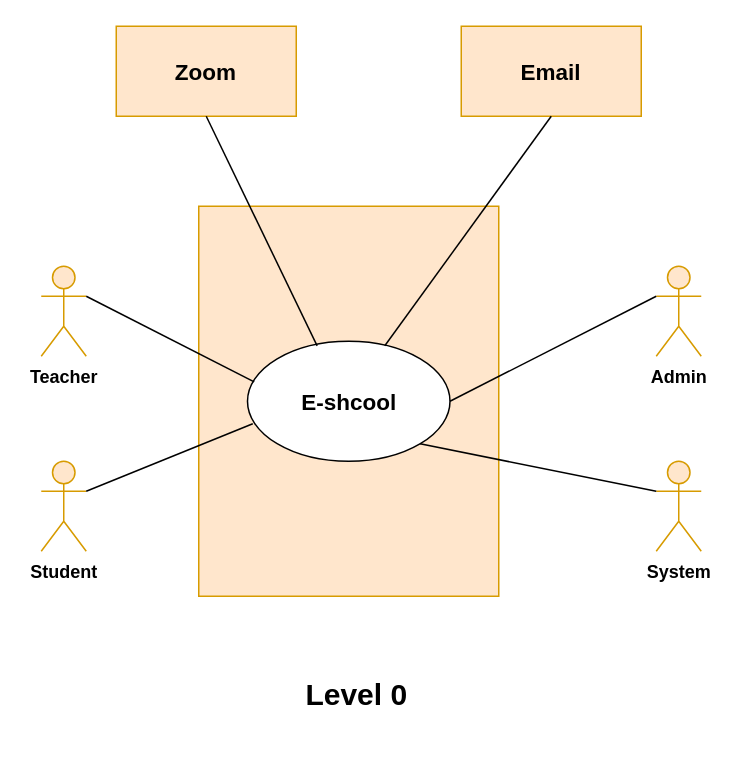
shirrsho/E-shcool keeps this draw.io diagram as page "UC lvl 0" (1 of 21) of Diagrams.drawio. Above is the earlier version. Source tidied: cells renumbered, new cells numbered last; positions are measured from the earlier drawing's top-left corner, leaving out a move shared by most shapes. Both pictures are drawn from the tidied source at 150%, with x=0, y=0 at pixel (40, 26).
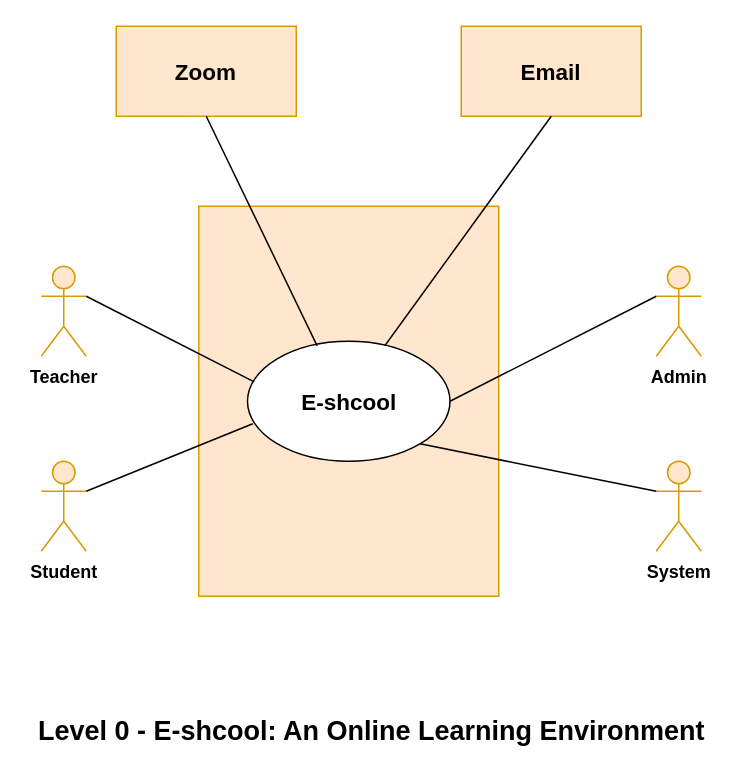
Above is the later version.

Change to the diagram source:
```diff
@@
 <mxGraphModel>
   <root>
     <mxCell id="0" />
     <mxCell id="1" parent="0" />
     <mxCell id="2" style="rounded=0;whiteSpace=wrap;html=1;fillColor=#ffe6cc;strokeColor=#d79b00;" parent="1" vertex="1">
       <mxGeometry x="105" y="120" width="200" height="260" as="geometry" />
     </mxCell>
     <mxCell id="3" value="&lt;font style=&quot;font-size: 15px&quot;&gt;&lt;b&gt;E-shcool&lt;/b&gt;&lt;/font&gt;" style="ellipse;whiteSpace=wrap;html=1;" parent="1" vertex="1">
       <mxGeometry x="137.5" y="210" width="135" height="80" as="geometry" />
     </mxCell>
     <mxCell id="4" value="&lt;b&gt;Admin&lt;/b&gt;" style="shape=umlActor;verticalLabelPosition=bottom;verticalAlign=top;html=1;outlineConnect=0;fillColor=#ffe6cc;strokeColor=#d79b00;" parent="1" vertex="1">
       <mxGeometry x="410" y="160" width="30" height="60" as="geometry" />
     </mxCell>
     <mxCell id="5" value="&lt;b&gt;Teacher&lt;/b&gt;" style="shape=umlActor;verticalLabelPosition=bottom;verticalAlign=top;html=1;outlineConnect=0;fillColor=#ffe6cc;strokeColor=#d79b00;" parent="1" vertex="1">
       <mxGeometry y="160" width="30" height="60" as="geometry" />
     </mxCell>
     <mxCell id="6" value="&lt;b&gt;Student&lt;/b&gt;" style="shape=umlActor;verticalLabelPosition=bottom;verticalAlign=top;html=1;outlineConnect=0;fillColor=#ffe6cc;strokeColor=#d79b00;" parent="1" vertex="1">
       <mxGeometry y="290" width="30" height="60" as="geometry" />
     </mxCell>
     <mxCell id="7" value="&lt;b&gt;&lt;font style=&quot;font-size: 15px&quot;&gt;Email&lt;/font&gt;&lt;/b&gt;" style="rounded=0;whiteSpace=wrap;html=1;fillColor=#ffe6cc;strokeColor=#d79b00;" parent="1" vertex="1">
       <mxGeometry x="280" width="120" height="60" as="geometry" />
     </mxCell>
     <mxCell id="8" value="&lt;b&gt;&lt;font style=&quot;font-size: 15px&quot;&gt;Zoom&lt;/font&gt;&lt;/b&gt;" style="rounded=0;whiteSpace=wrap;html=1;fillColor=#ffe6cc;strokeColor=#d79b00;" parent="1" vertex="1">
       <mxGeometry x="50" width="120" height="60" as="geometry" />
     </mxCell>
     <mxCell id="9" style="endArrow=none;html=1;rounded=0;fontSize=15;exitX=1;exitY=0.3333333333333333;exitDx=0;exitDy=0;exitPerimeter=0;entryX=0.033;entryY=0.338;entryDx=0;entryDy=0;entryPerimeter=0;" parent="1" edge="1" source="5" target="3">
       <mxGeometry relative="1" as="geometry" />
     </mxCell>
     <mxCell id="10" style="endArrow=none;html=1;rounded=0;fontSize=15;exitX=1;exitY=0.3333333333333333;exitDx=0;exitDy=0;exitPerimeter=0;entryX=0.026;entryY=0.688;entryDx=0;entryDy=0;entryPerimeter=0;" parent="1" edge="1" source="6" target="3">
       <mxGeometry relative="1" as="geometry" />
     </mxCell>
     <mxCell id="11" style="endArrow=none;html=1;rounded=0;fontSize=15;entryX=0;entryY=0.3333333333333333;entryDx=0;entryDy=0;entryPerimeter=0;exitX=1;exitY=0.5;exitDx=0;exitDy=0;" parent="1" edge="1" source="3" target="4">
       <mxGeometry relative="1" as="geometry" />
     </mxCell>
     <mxCell id="12" style="endArrow=none;html=1;rounded=0;fontSize=15;entryX=0.5;entryY=1;entryDx=0;entryDy=0;exitX=0.344;exitY=0.038;exitDx=0;exitDy=0;exitPerimeter=0;" parent="1" edge="1" source="3" target="8">
       <mxGeometry relative="1" as="geometry" />
     </mxCell>
     <mxCell id="13" style="endArrow=none;html=1;rounded=0;fontSize=15;entryX=0.5;entryY=1;entryDx=0;entryDy=0;exitX=0.678;exitY=0.038;exitDx=0;exitDy=0;exitPerimeter=0;" parent="1" edge="1" source="3" target="7">
       <mxGeometry relative="1" as="geometry" />
     </mxCell>
-    <mxCell id="14" value="&lt;b&gt;&lt;font style=&quot;font-size: 20px&quot;&gt;Level 0&lt;/font&gt;&lt;/b&gt;" style="text;html=1;align=center;verticalAlign=middle;strokeColor=none;fillColor=none;fontSize=15;" parent="1" vertex="1">
-      <mxGeometry x="170" y="430" width="80" height="30" as="geometry" />
+    <mxCell id="14" value="&lt;b&gt;&lt;font style=&quot;font-size: 18px&quot;&gt;Level 0 - E-shcool: An Online Learning Environment&lt;/font&gt;&lt;/b&gt;" style="text;html=1;align=center;verticalAlign=middle;strokeColor=none;fillColor=none;fontSize=15;" parent="1" vertex="1">
+      <mxGeometry x="-10" y="460" width="460" height="20" as="geometry" />
     </mxCell>
     <mxCell id="15" value="&lt;b&gt;System&lt;/b&gt;" style="shape=umlActor;verticalLabelPosition=bottom;verticalAlign=top;html=1;outlineConnect=0;fillColor=#ffe6cc;strokeColor=#d79b00;" parent="1" vertex="1">
       <mxGeometry x="410" y="290" width="30" height="60" as="geometry" />
     </mxCell>
     <mxCell id="16" style="endArrow=none;html=1;rounded=0;fontSize=20;entryX=1;entryY=1;entryDx=0;entryDy=0;exitX=0;exitY=0.3333333333333333;exitDx=0;exitDy=0;exitPerimeter=0;" parent="1" edge="1" source="15" target="3">
       <mxGeometry relative="1" as="geometry" />
     </mxCell>
   </root>
 </mxGraphModel>
```
